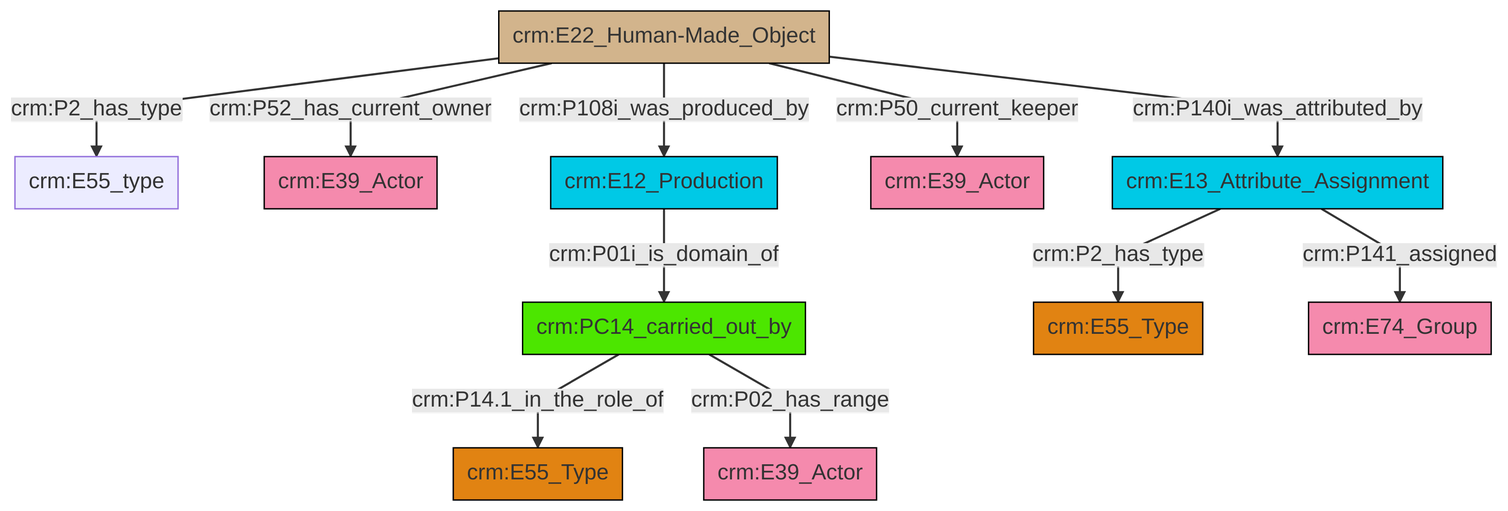
The Mermaid diagram et/artworkCSV/ttl/mmd/png/Artwork_Actor_Relations.png in swiss-art-research-net/reference-data-models, before a commit. Its source is kept beside it as et/artworkCSV/ttl/mmd/Artwork_Actor_Relations.ttl.mmd.
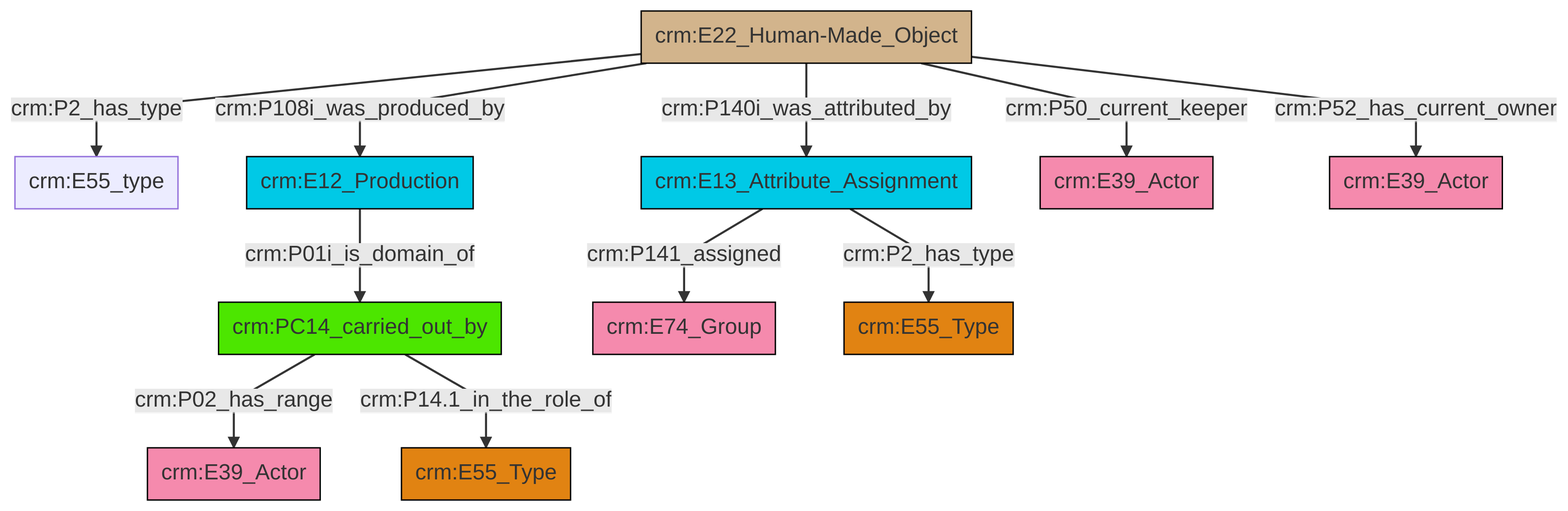
Above is the later version.

Change to the diagram source:
```diff
@@ -14,12 +14,12 @@
 classDef Multi fill:#cccccc,stroke:#000000;
 
 0["crm:E22_Human-Made_Object"]:::Physical_Thing -->|crm:P2_has_type| 1["crm:E55_type"]:::Default
-6["crm:PC14_carried_out_by"]:::PC_Classes -->|crm:P14.1_in_the_role_of| 7["crm:E55_Type"]:::Type
-0["crm:E22_Human-Made_Object"]:::Physical_Thing -->|crm:P52_has_current_owner| 13["crm:E39_Actor"]:::Actor
-0["crm:E22_Human-Made_Object"]:::Physical_Thing -->|crm:P108i_was_produced_by| 2["crm:E12_Production"]:::Temporal_Entity
-2["crm:E12_Production"]:::Temporal_Entity -->|crm:P01i_is_domain_of| 6["crm:PC14_carried_out_by"]:::PC_Classes
-0["crm:E22_Human-Made_Object"]:::Physical_Thing -->|crm:P50_current_keeper| 16["crm:E39_Actor"]:::Actor
-14["crm:E13_Attribute_Assignment"]:::Temporal_Entity -->|crm:P2_has_type| 4["crm:E55_Type"]:::Type
-0["crm:E22_Human-Made_Object"]:::Physical_Thing -->|crm:P140i_was_attributed_by| 14["crm:E13_Attribute_Assignment"]:::Temporal_Entity
-14["crm:E13_Attribute_Assignment"]:::Temporal_Entity -->|crm:P141_assigned| 10["crm:E74_Group"]:::Actor
-6["crm:PC14_carried_out_by"]:::PC_Classes -->|crm:P02_has_range| 8["crm:E39_Actor"]:::Actor
+2["crm:PC14_carried_out_by"]:::PC_Classes -->|crm:P02_has_range| 3["crm:E39_Actor"]:::Actor
+2["crm:PC14_carried_out_by"]:::PC_Classes -->|crm:P14.1_in_the_role_of| 7["crm:E55_Type"]:::Type
+0["crm:E22_Human-Made_Object"]:::Physical_Thing -->|crm:P140i_was_attributed_by| 10["crm:E13_Attribute_Assignment"]:::Temporal_Entity
+0["crm:E22_Human-Made_Object"]:::Physical_Thing -->|crm:P50_current_keeper| 13["crm:E39_Actor"]:::Actor
+10["crm:E13_Attribute_Assignment"]:::Temporal_Entity -->|crm:P141_assigned| 5["crm:E74_Group"]:::Actor
+0["crm:E22_Human-Made_Object"]:::Physical_Thing -->|crm:P52_has_current_owner| 20["crm:E39_Actor"]:::Actor
+10["crm:E13_Attribute_Assignment"]:::Temporal_Entity -->|crm:P2_has_type| 15["crm:E55_Type"]:::Type
+11["crm:E12_Production"]:::Temporal_Entity -->|crm:P01i_is_domain_of| 2["crm:PC14_carried_out_by"]:::PC_Classes
+0["crm:E22_Human-Made_Object"]:::Physical_Thing -->|crm:P108i_was_produced_by| 11["crm:E12_Production"]:::Temporal_Entity
```
